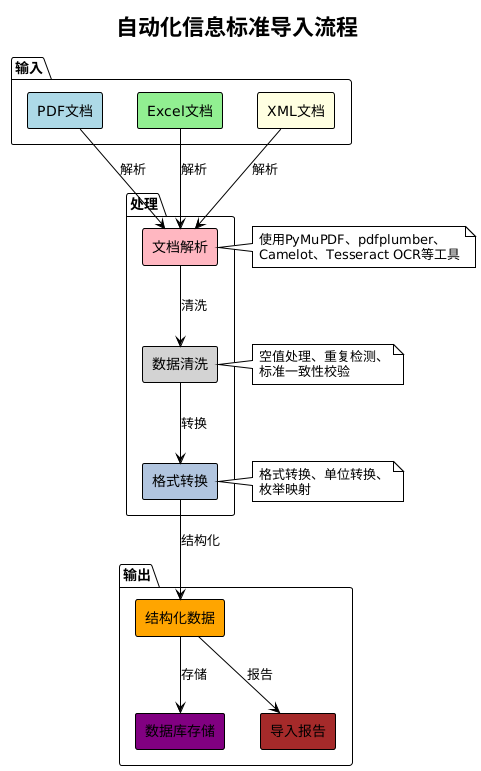
Earlier version of the PlantUML export 华东师范大学硕_博_士论文LaTex模板_/chapters/fig-0/import_pipeline_simple.png (mistvapour/6016b).
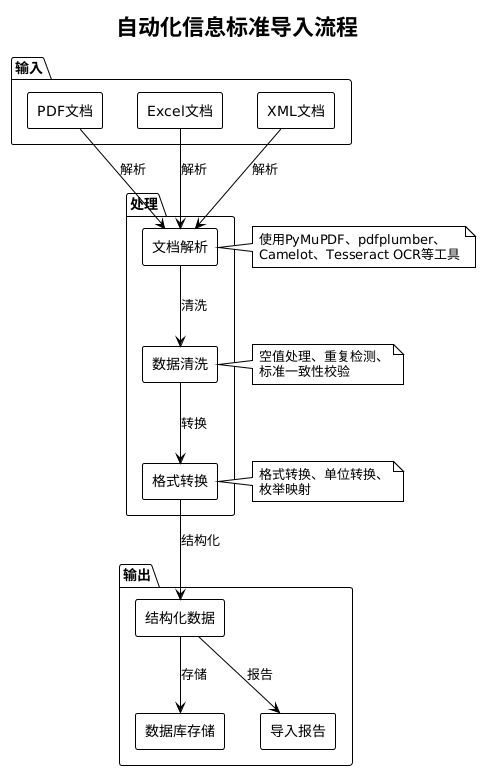
After the change.

Diff of the diagram source:
```diff
@@ -2,25 +2,40 @@
 !theme plain
 skinparam backgroundColor #FFFFFF
 skinparam componentStyle rectangle
+skinparam component {
+    BackgroundColor #FFFFFF
+    BorderColor #000000
+    FontColor #000000
+}
+skinparam package {
+    BackgroundColor #FFFFFF
+    BorderColor #000000
+    FontColor #000000
+}
+skinparam note {
+    BackgroundColor #FFFFFF
+    BorderColor #000000
+    FontColor #000000
+}
 
 title 自动化信息标准导入流程
 
 package "输入" {
-    component "PDF文档" as PDF #lightblue
-    component "Excel文档" as Excel #lightgreen
-    component "XML文档" as XML #lightyellow
+    component "PDF文档" as PDF
+    component "Excel文档" as Excel
+    component "XML文档" as XML
 }
 
 package "处理" {
-    component "文档解析" as Parse #lightpink
-    component "数据清洗" as Clean #lightgray
-    component "格式转换" as Convert #lightsteelblue
+    component "文档解析" as Parse
+    component "数据清洗" as Clean
+    component "格式转换" as Convert
 }
 
 package "输出" {
-    component "结构化数据" as Data #orange
-    component "数据库存储" as DB #purple
-    component "导入报告" as Report #brown
+    component "结构化数据" as Data
+    component "数据库存储" as DB
+    component "导入报告" as Report
 }
 
 PDF --> Parse : 解析
```
